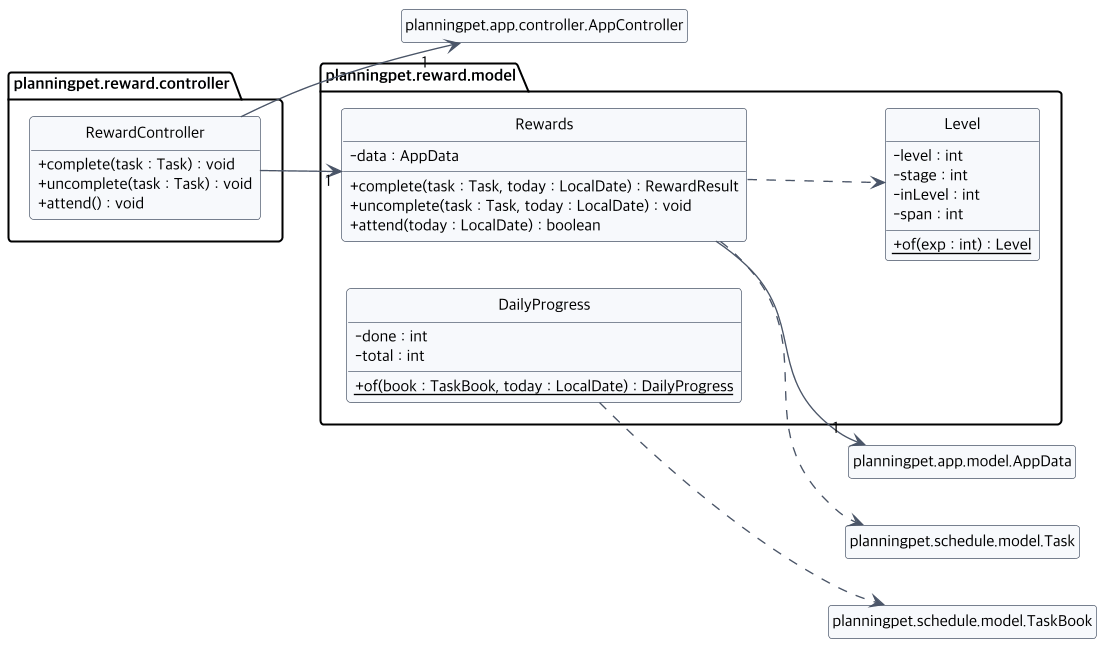
Earlier version of the PlantUML export docs/diagrams/class-reward.png (2026-2-software-system-design-11/planning-pet-app).
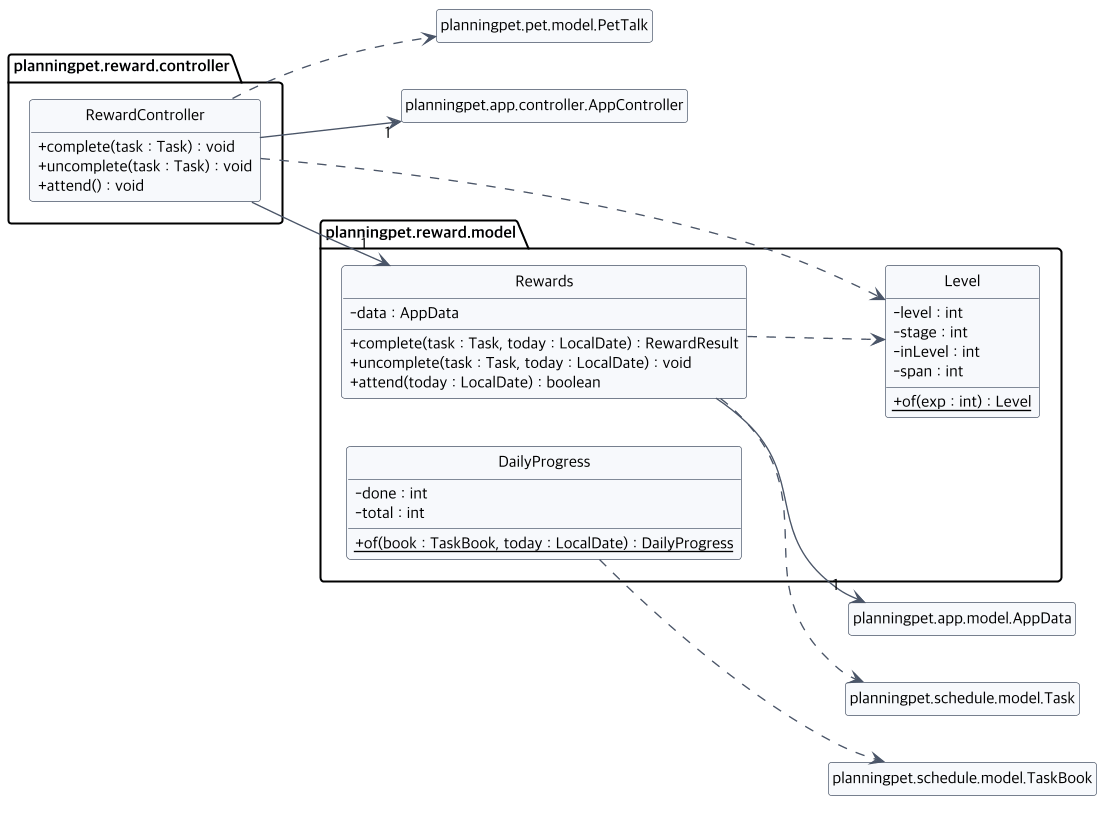
After the commit.

Diff of the diagram source:
```diff
@@ -29,6 +29,8 @@
   }
 }
 RewardController --> "1" Rewards
+RewardController ..> Level
+RewardController ..> planningpet.pet.model.PetTalk
 RewardController --> "1" planningpet.app.controller.AppController
 Rewards --> "1" planningpet.app.model.AppData
 Rewards ..> planningpet.schedule.model.Task
```
